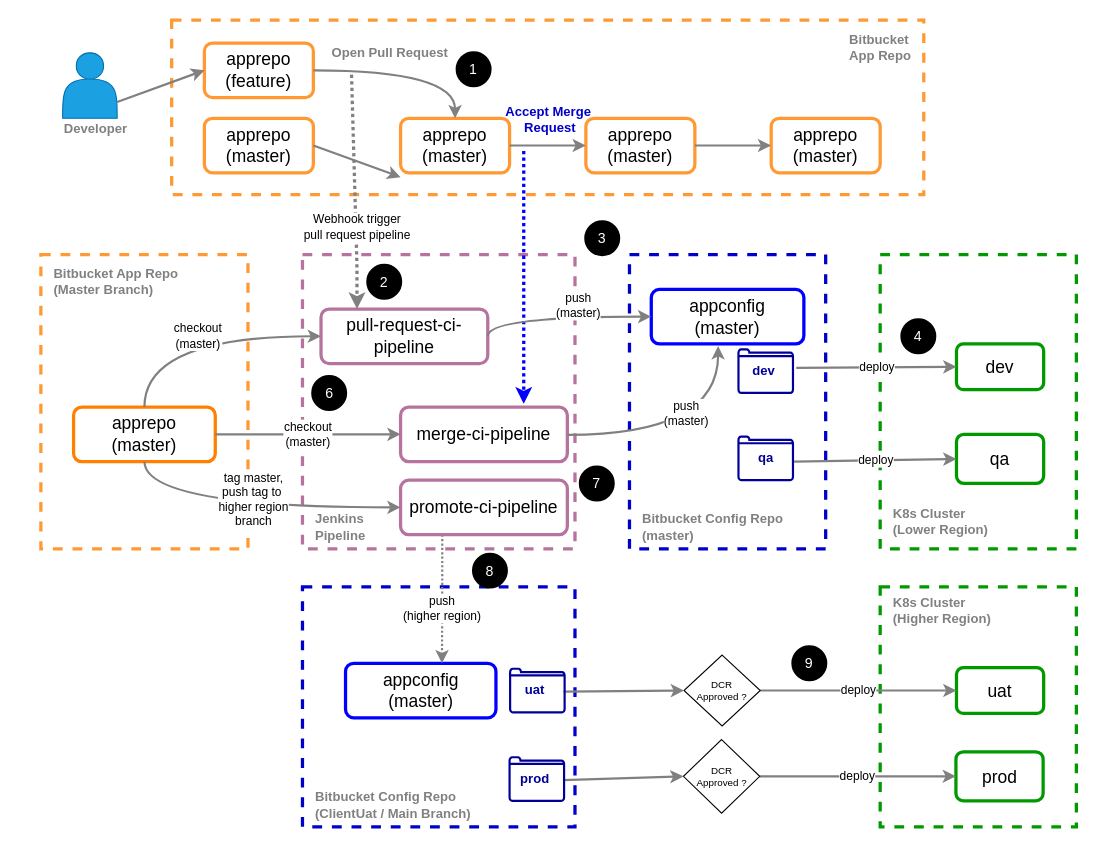
josephlim75/technologies keeps this draw.io diagram as page "Page-2" (2 of 2) of cicd.drawio. Above is the earlier version. Source tidied: cells renumbered, new cells numbered last; positions are measured from the earlier drawing's top-left corner, leaving out a move shared by most shapes. Both pictures are drawn from the tidied source at 109%, with x=0, y=0 at pixel (19, 20).
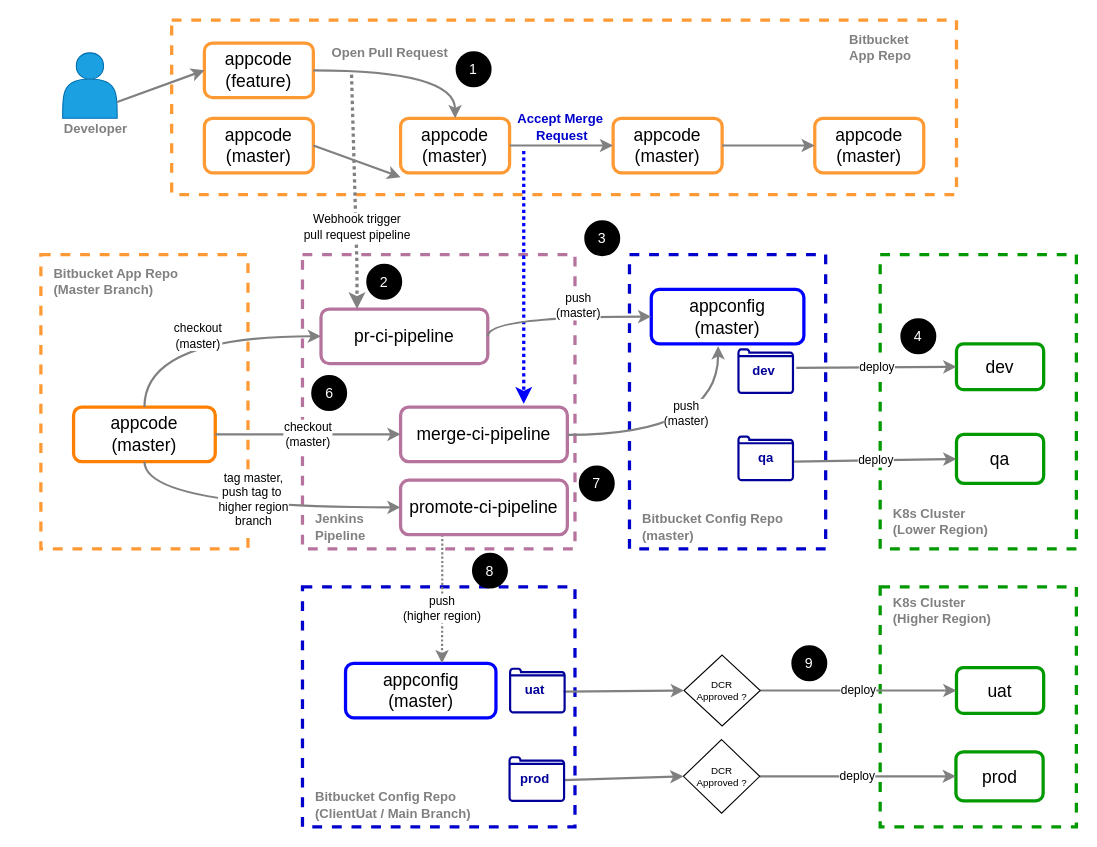
After the change.

Diff of the diagram source:
```diff
@@
     <mxCell id="3" style="rounded=0;whiteSpace=wrap;html=1;strokeColor=#FF9933;strokeWidth=3;dashed=1;" parent="1" vertex="1">
-      <mxGeometry x="140" width="690" height="160" as="geometry" />
+      <mxGeometry x="140" width="720" height="160" as="geometry" />
     </mxCell>
@@
-    <mxCell id="5" value="&lt;span style=&quot;font-size: 16px&quot;&gt;apprepo&lt;/span&gt;&lt;br style=&quot;font-size: 16px&quot;&gt;&lt;span style=&quot;font-size: 16px&quot;&gt;(feature)&lt;/span&gt;" style="rounded=1;whiteSpace=wrap;html=1;fillColor=none;strokeWidth=3;strokeColor=#FF9933;" parent="1" vertex="1">
+    <mxCell id="5" value="&lt;span style=&quot;font-size: 16px&quot;&gt;appcode&lt;br&gt;&lt;/span&gt;&lt;span style=&quot;font-size: 16px&quot;&gt;(feature)&lt;/span&gt;" style="rounded=1;whiteSpace=wrap;html=1;fillColor=none;strokeWidth=3;strokeColor=#FF9933;" parent="1" vertex="1">
       <mxGeometry x="170" y="21" width="100" height="50" as="geometry" />
     </mxCell>
@@
-    <mxCell id="7" value="&lt;font style=&quot;font-size: 16px&quot;&gt;apprepo&lt;br&gt;(master)&lt;/font&gt;" style="rounded=1;whiteSpace=wrap;html=1;strokeColor=#FF9933;strokeWidth=3;" parent="1" vertex="1">
+    <mxCell id="7" value="&lt;font style=&quot;font-size: 16px&quot;&gt;appcode&lt;br&gt;(master)&lt;/font&gt;" style="rounded=1;whiteSpace=wrap;html=1;strokeColor=#FF9933;strokeWidth=3;" parent="1" vertex="1">
       <mxGeometry x="170" y="90" width="100" height="50" as="geometry" />
     </mxCell>
-    <mxCell id="8" value="&lt;span style=&quot;font-size: 16px&quot;&gt;apprepo&lt;/span&gt;&lt;br style=&quot;font-size: 16px&quot;&gt;&lt;span style=&quot;font-size: 16px&quot;&gt;(master)&lt;/span&gt;" style="rounded=1;whiteSpace=wrap;html=1;strokeColor=#FF9933;strokeWidth=3;" parent="1" vertex="1">
+    <mxCell id="8" value="&lt;span style=&quot;font-size: 16px&quot;&gt;appcode&lt;/span&gt;&lt;br style=&quot;font-size: 16px&quot;&gt;&lt;span style=&quot;font-size: 16px&quot;&gt;(master)&lt;/span&gt;" style="rounded=1;whiteSpace=wrap;html=1;strokeColor=#FF9933;strokeWidth=3;" parent="1" vertex="1">
       <mxGeometry x="350" y="90" width="100" height="50" as="geometry" />
     </mxCell>
-    <mxCell id="9" value="&lt;span style=&quot;font-size: 16px&quot;&gt;apprepo&lt;/span&gt;&lt;br style=&quot;font-size: 16px&quot;&gt;&lt;span style=&quot;font-size: 16px&quot;&gt;(master)&lt;/span&gt;" style="rounded=1;whiteSpace=wrap;html=1;strokeColor=#FF9933;strokeWidth=3;" parent="1" vertex="1">
-      <mxGeometry x="520" y="90" width="100" height="50" as="geometry" />
+    <mxCell id="9" value="&lt;span style=&quot;font-size: 16px&quot;&gt;appcode&lt;/span&gt;&lt;br style=&quot;font-size: 16px&quot;&gt;&lt;span style=&quot;font-size: 16px&quot;&gt;(master)&lt;/span&gt;" style="rounded=1;whiteSpace=wrap;html=1;strokeColor=#FF9933;strokeWidth=3;" parent="1" vertex="1">
+      <mxGeometry x="545" y="90" width="100" height="50" as="geometry" />
     </mxCell>
-    <mxCell id="10" value="&lt;span style=&quot;font-size: 16px&quot;&gt;apprepo&lt;/span&gt;&lt;br style=&quot;font-size: 16px&quot;&gt;&lt;span style=&quot;font-size: 16px&quot;&gt;(master)&lt;/span&gt;" style="rounded=1;whiteSpace=wrap;html=1;strokeColor=#FF9933;strokeWidth=3;" parent="1" vertex="1">
-      <mxGeometry x="690" y="90" width="100" height="50" as="geometry" />
+    <mxCell id="10" value="&lt;span style=&quot;font-size: 16px&quot;&gt;appcode&lt;/span&gt;&lt;br style=&quot;font-size: 16px&quot;&gt;&lt;span style=&quot;font-size: 16px&quot;&gt;(master)&lt;/span&gt;" style="rounded=1;whiteSpace=wrap;html=1;strokeColor=#FF9933;strokeWidth=3;" parent="1" vertex="1">
+      <mxGeometry x="730" y="90" width="100" height="50" as="geometry" />
     </mxCell>
@@
-    <mxCell id="15" value="&lt;span style=&quot;font-size: 16px&quot;&gt;pull-request-ci-pipeline&lt;/span&gt;" style="rounded=1;whiteSpace=wrap;html=1;strokeColor=#B5739D;strokeWidth=3;" parent="1" vertex="1">
+    <mxCell id="15" value="&lt;span style=&quot;font-size: 16px&quot;&gt;pr-ci-pipeline&lt;/span&gt;" style="rounded=1;whiteSpace=wrap;html=1;strokeColor=#B5739D;strokeWidth=3;" parent="1" vertex="1">
       <mxGeometry x="277" y="265" width="153" height="50" as="geometry" />
     </mxCell>
@@
-    <mxCell id="19" value="&lt;span style=&quot;font-size: 16px&quot;&gt;apprepo&lt;/span&gt;&lt;br style=&quot;font-size: 16px&quot;&gt;&lt;span style=&quot;font-size: 16px&quot;&gt;(master)&lt;/span&gt;&lt;span style=&quot;font-size: 16px&quot;&gt;&lt;br&gt;&lt;/span&gt;" style="rounded=1;whiteSpace=wrap;html=1;strokeColor=#FF8000;strokeWidth=3;" parent="1" vertex="1">
+    <mxCell id="19" value="&lt;span style=&quot;font-size: 16px&quot;&gt;appcode&lt;/span&gt;&lt;br style=&quot;font-size: 16px&quot;&gt;&lt;span style=&quot;font-size: 16px&quot;&gt;(master)&lt;/span&gt;&lt;span style=&quot;font-size: 16px&quot;&gt;&lt;br&gt;&lt;/span&gt;" style="rounded=1;whiteSpace=wrap;html=1;strokeColor=#FF8000;strokeWidth=3;" parent="1" vertex="1">
       <mxGeometry x="50" y="355" width="130" height="50" as="geometry" />
     </mxCell>
@@
     <mxCell id="26" value="Accept Merge&amp;nbsp;&lt;br&gt;Request" style="text;strokeColor=none;fillColor=none;html=1;fontSize=12;fontStyle=1;verticalAlign=middle;align=center;fontColor=#0000CC;" parent="1" vertex="1">
-      <mxGeometry x="417" y="71" width="140" height="40" as="geometry" />
+      <mxGeometry x="428" y="78" width="140" height="40" as="geometry" />
     </mxCell>
```
